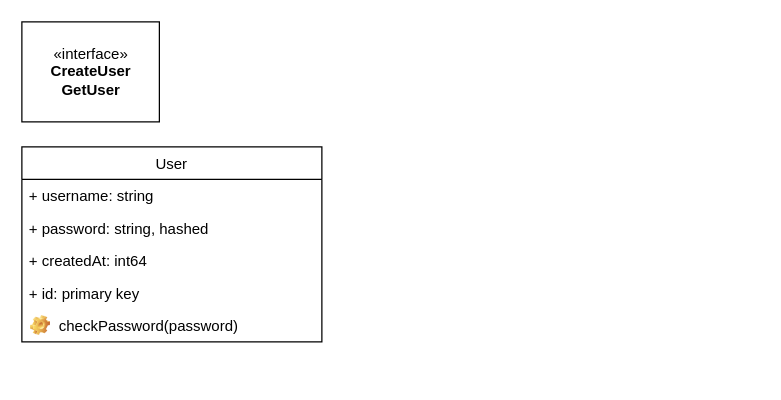
Earlier version of the draw.io diagram docs/imgs/interface.drawio (IanZC0der/go-myblog). Source tidied: cells renumbered, new cells numbered last; positions are measured from the earlier drawing's top-left corner, leaving out a move shared by most shapes. Both pictures are drawn from the tidied source at 125%, with x=0, y=0 at pixel (21, 21).
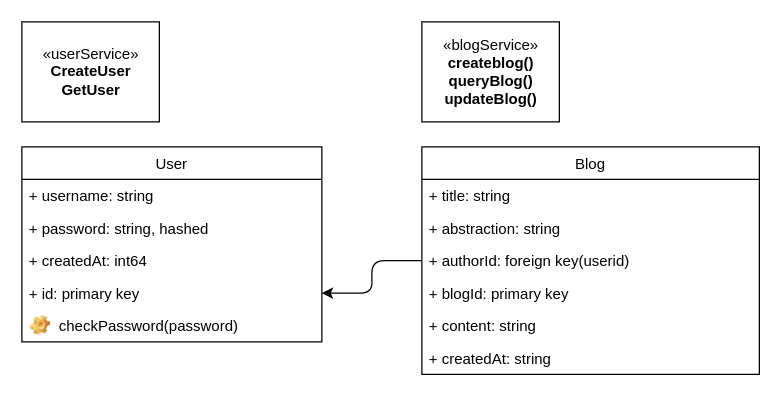
After the change.

The edit, as a diff of the source:
```diff
@@
 <mxGraphModel>
   <root>
     <mxCell id="0" />
     <mxCell id="1" parent="0" />
     <mxCell id="2" value="User" style="swimlane;fontStyle=0;horizontal=1;startSize=26;fillColor=none;" parent="1" vertex="1">
       <mxGeometry y="100" width="240" height="156" as="geometry" />
     </mxCell>
     <mxCell id="3" value="+ username: string" style="text;strokeColor=none;fillColor=none;align=left;verticalAlign=top;spacingLeft=4;spacingRight=4;overflow=hidden;" parent="2" vertex="1">
       <mxGeometry y="26" width="240" height="26" as="geometry" />
     </mxCell>
     <mxCell id="4" value="+ password: string, hashed" style="text;strokeColor=none;fillColor=none;align=left;verticalAlign=top;spacingLeft=4;spacingRight=4;overflow=hidden;" parent="2" vertex="1">
       <mxGeometry y="52" width="240" height="26" as="geometry" />
     </mxCell>
     <mxCell id="5" value="+ createdAt: int64" style="text;strokeColor=none;fillColor=none;align=left;verticalAlign=top;spacingLeft=4;spacingRight=4;overflow=hidden;" parent="2" vertex="1">
       <mxGeometry y="78" width="240" height="26" as="geometry" />
     </mxCell>
     <mxCell id="6" value="+ id: primary key" style="text;strokeColor=none;fillColor=none;align=left;verticalAlign=top;spacingLeft=4;spacingRight=4;overflow=hidden;points=[[0,0.5],[1,0.5]];portConstraint=eastwest;" parent="2" vertex="1">
       <mxGeometry y="104" width="240" height="26" as="geometry" />
     </mxCell>
     <mxCell id="7" value="checkPassword(password)" style="label;fontStyle=0;strokeColor=none;fillColor=none;align=left;verticalAlign=top;overflow=hidden;spacingLeft=28;spacingRight=4;imageWidth=16;imageHeight=16;image=img/clipart/Gear_128x128.png;" parent="2" vertex="1">
       <mxGeometry y="130" width="240" height="26" as="geometry" />
     </mxCell>
-    <mxCell id="8" value="«interface»&lt;br&gt;&lt;b&gt;CreateUser&lt;br&gt;GetUser&lt;br&gt;&lt;/b&gt;" style="html=1;" parent="1" vertex="1">
+    <mxCell id="8" value="«userService»&lt;br&gt;&lt;b&gt;CreateUser&lt;br&gt;GetUser&lt;br&gt;&lt;/b&gt;" style="html=1;" parent="1" vertex="1">
       <mxGeometry width="110" height="80" as="geometry" />
     </mxCell>
+    <mxCell id="9" value="Blog" style="swimlane;fontStyle=0;horizontal=1;startSize=26;fillColor=none;" parent="1" vertex="1">
+      <mxGeometry x="320" y="100" width="270" height="182" as="geometry" />
+    </mxCell>
+    <mxCell id="10" value="+ title: string" style="text;strokeColor=none;fillColor=none;align=left;verticalAlign=top;spacingLeft=4;spacingRight=4;overflow=hidden;" parent="9" vertex="1">
+      <mxGeometry y="26" width="270" height="26" as="geometry" />
+    </mxCell>
+    <mxCell id="11" value="+ abstraction: string" style="text;strokeColor=none;fillColor=none;align=left;verticalAlign=top;spacingLeft=4;spacingRight=4;overflow=hidden;" parent="9" vertex="1">
+      <mxGeometry y="52" width="270" height="26" as="geometry" />
+    </mxCell>
+    <mxCell id="12" value="+ authorId: foreign key(userid)" style="text;strokeColor=none;fillColor=none;align=left;verticalAlign=top;spacingLeft=4;spacingRight=4;overflow=hidden;points=[[0,0.5],[1,0.5]];portConstraint=eastwest;" parent="9" vertex="1">
+      <mxGeometry y="78" width="270" height="26" as="geometry" />
+    </mxCell>
+    <mxCell id="13" value="+ blogId: primary key" style="text;strokeColor=none;fillColor=none;align=left;verticalAlign=top;spacingLeft=4;spacingRight=4;overflow=hidden;" parent="9" vertex="1">
+      <mxGeometry y="104" width="270" height="26" as="geometry" />
+    </mxCell>
+    <mxCell id="14" value="+ content: string" style="text;strokeColor=none;fillColor=none;align=left;verticalAlign=top;spacingLeft=4;spacingRight=4;overflow=hidden;" parent="9" vertex="1">
+      <mxGeometry y="130" width="270" height="26" as="geometry" />
+    </mxCell>
+    <mxCell id="15" value="+ createdAt: string" style="text;strokeColor=none;fillColor=none;align=left;verticalAlign=top;spacingLeft=4;spacingRight=4;overflow=hidden;" parent="9" vertex="1">
+      <mxGeometry y="156" width="270" height="26" as="geometry" />
+    </mxCell>
+    <mxCell id="16" value="«blogService»&lt;br&gt;&lt;b&gt;createblog()&lt;br&gt;queryBlog()&lt;br&gt;updateBlog()&lt;br&gt;&lt;/b&gt;" style="html=1;" parent="1" vertex="1">
+      <mxGeometry x="320" width="110" height="80" as="geometry" />
+    </mxCell>
+    <mxCell id="17" style="edgeStyle=orthogonalEdgeStyle;html=1;exitX=0;exitY=0.5;exitDx=0;exitDy=0;entryX=1;entryY=0.5;entryDx=0;entryDy=0;" parent="1" edge="1" source="12" target="6">
+      <mxGeometry relative="1" as="geometry" />
+    </mxCell>
   </root>
 </mxGraphModel>
```
